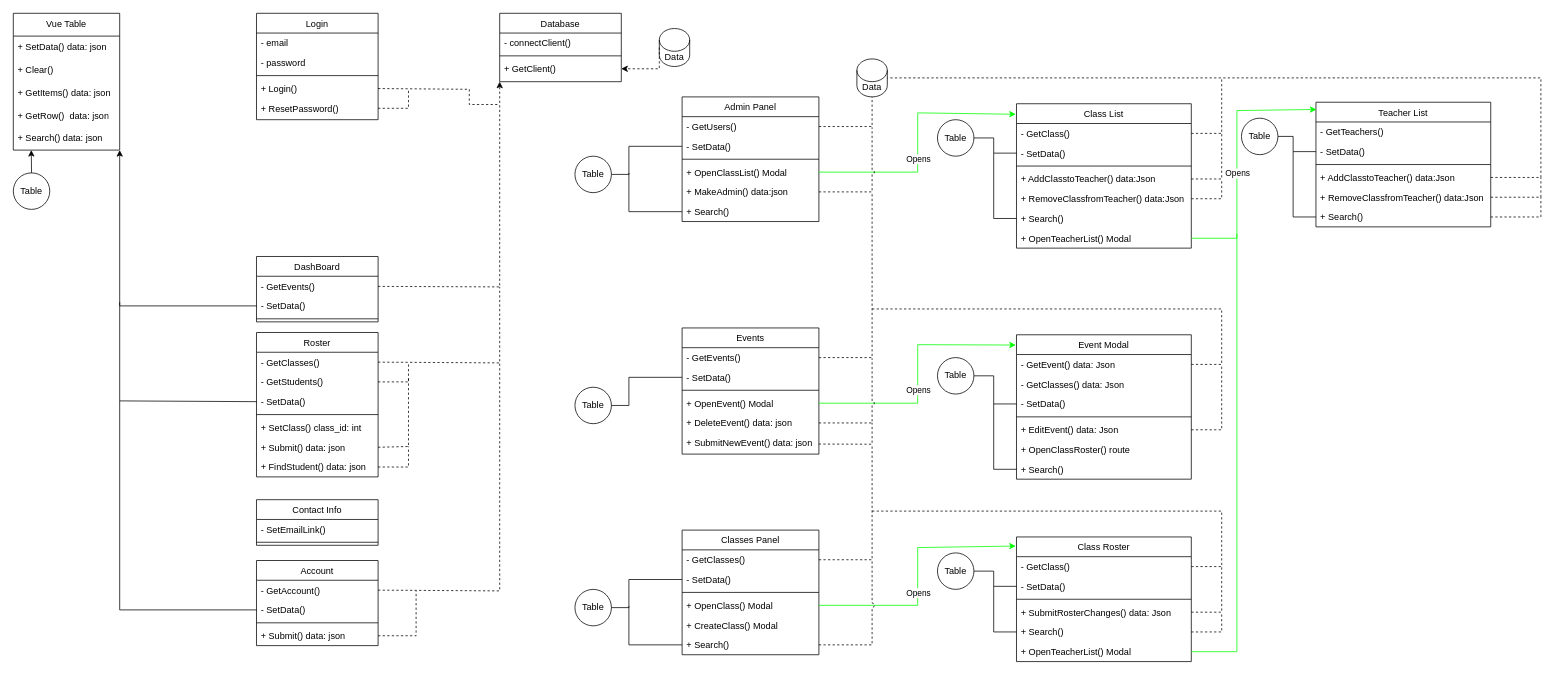
The draw.io diagram Documents/Design Documents/Component_Diagram.drawio in Toys0125/Emergency-Class-Manager, before the edit. Source tidied: cells renumbered, new cells numbered last; positions are measured from the earlier drawing's top-left corner, leaving out a move shared by most shapes. Both pictures are drawn from the tidied source at 76%, with x=0, y=0 at pixel (13, 13).
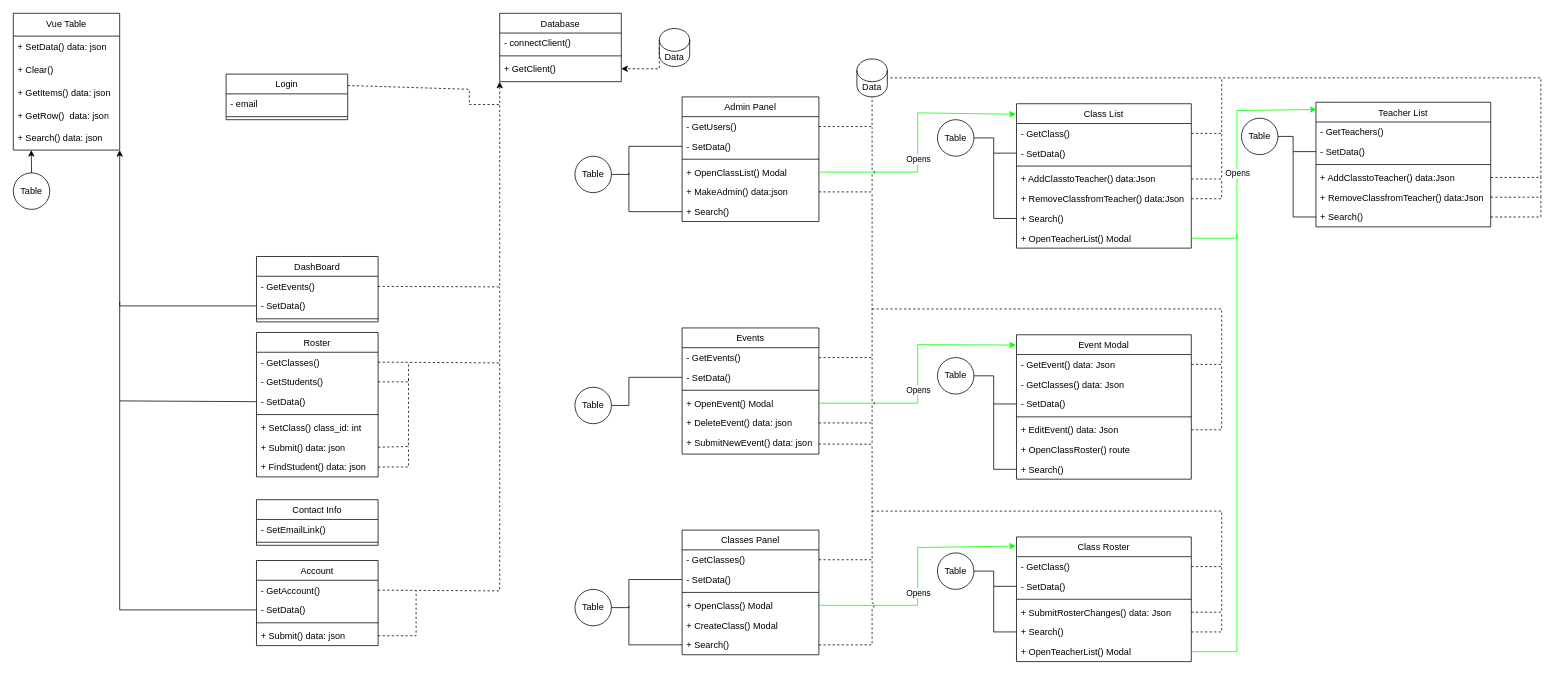
After the change.

Change to the diagram source:
```diff
@@
     <mxCell id="2" value="Login" style="swimlane;fontStyle=0;align=center;verticalAlign=top;horizontal=1;startSize=26;rounded=0;shadow=0;strokeWidth=1;" parent="1" vertex="1">
-      <mxGeometry x="320" width="160" height="140" as="geometry" />
+      <mxGeometry x="280" y="80" width="160" height="60" as="geometry" />
     </mxCell>
@@
-    <mxCell id="4" value="- password" style="text;align=left;verticalAlign=top;spacingLeft=4;spacingRight=4;overflow=hidden;rounded=0;shadow=0;html=0;" parent="2" vertex="1">
-      <mxGeometry y="52" width="160" height="26" as="geometry" />
-    </mxCell>
     <mxCell id="5" style="line;html=1;strokeWidth=1;align=left;verticalAlign=middle;spacingTop=-1;spacingLeft=3;spacingRight=3;labelPosition=right;rounded=0;" parent="2" vertex="1">
-      <mxGeometry y="78" width="160" height="8" as="geometry" />
+      <mxGeometry y="52" width="160" height="8" as="geometry" />
     </mxCell>
-    <mxCell id="6" value="+ Login()" style="text;align=left;verticalAlign=top;spacingLeft=4;spacingRight=4;overflow=hidden;points=[[0,0.5],[1,0.5]];portConstraint=eastwest;rounded=0;" parent="2" vertex="1">
-      <mxGeometry y="86" width="160" height="26" as="geometry" />
-    </mxCell>
-    <mxCell id="7" value="+ ResetPassword()" style="text;align=left;verticalAlign=top;spacingLeft=4;spacingRight=4;overflow=hidden;points=[[0,0.5],[1,0.5]];portConstraint=eastwest;rounded=0;" parent="2" vertex="1">
-      <mxGeometry y="112" width="160" height="26" as="geometry" />
-    </mxCell>
@@
-    <mxCell id="36" style="endArrow=none;dashed=1;html=1;rounded=0;exitX=1;exitY=0.5;exitDx=0;exitDy=0;" parent="1" edge="1" source="6">
+    <mxCell id="36" style="endArrow=none;dashed=1;html=1;rounded=0;exitX=1;exitY=0.25;exitDx=0;exitDy=0;" parent="1" edge="1" source="2">
       <mxGeometry relative="1" as="geometry">
         <mxPoint x="640" y="120" as="targetPoint" />
         <Array as="points">
           <mxPoint x="600" y="100" />
           <mxPoint x="600" y="120" />
         </Array>
       </mxGeometry>
     </mxCell>
-    <mxCell id="37" style="endArrow=none;dashed=1;html=1;rounded=0;exitX=1;exitY=0.5;exitDx=0;exitDy=0;" parent="1" edge="1" source="7">
-      <mxGeometry relative="1" as="geometry">
-        <mxPoint x="520" y="100" as="targetPoint" />
-        <Array as="points">
-          <mxPoint x="520" y="125" />
-        </Array>
-      </mxGeometry>
-    </mxCell>
```
